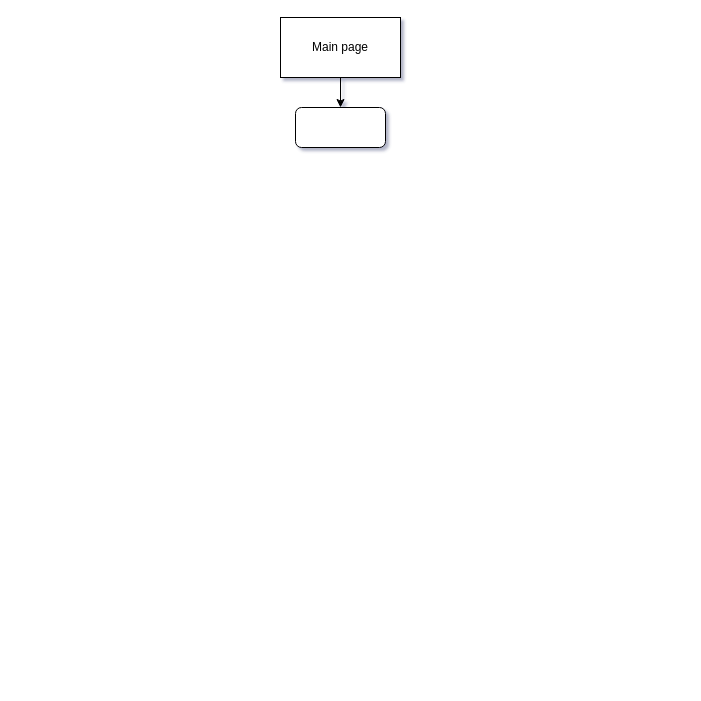
The draw.io diagram MusiclickerWebsite-UX.drawio in LucaVaccari/Musiclicker-website, before the edit. Source tidied: cells renumbered, new cells numbered last; positions are measured from the earlier drawing's top-left corner, leaving out a move shared by most shapes. Both pictures are drawn from the tidied source at 100%, with x=0, y=0 at pixel (280, 17).
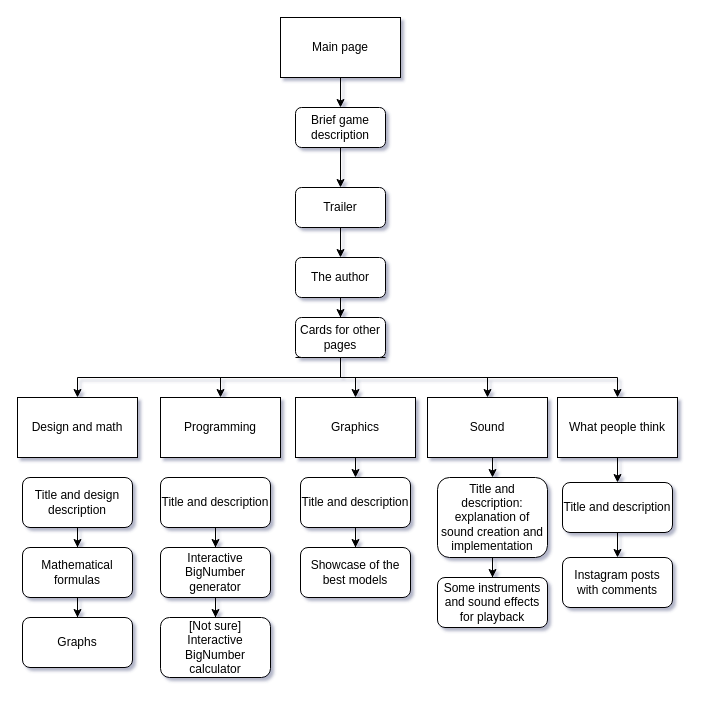
After the change.

The edit, as a diff of the source:
```diff
@@
+    <mxCell id="5" style="edgeStyle=orthogonalEdgeStyle;rounded=0;jettySize=auto;html=1;exitX=0.5;exitY=1;exitDx=0;exitDy=0;entryX=0.5;entryY=0;entryDx=0;entryDy=0;" parent="1" edge="1" source="4" target="23">
+      <mxGeometry relative="1" as="geometry" />
+    </mxCell>
-    <mxCell id="4" style="rounded=1;whiteSpace=wrap;html=1;" parent="1" vertex="1">
+    <mxCell id="4" value="Brief game description" style="rounded=1;whiteSpace=wrap;html=1;" parent="1" vertex="1">
       <mxGeometry x="15" y="90" width="90" height="40" as="geometry" />
     </mxCell>
+    <mxCell id="6" style="edgeStyle=orthogonalEdgeStyle;rounded=0;jettySize=auto;html=1;" parent="1" edge="1" source="7" target="13">
+      <mxGeometry relative="1" as="geometry" />
+    </mxCell>
+    <mxCell id="7" value="The author" style="rounded=1;whiteSpace=wrap;html=1;" parent="1" vertex="1">
+      <mxGeometry x="15" y="240" width="90" height="40" as="geometry" />
+    </mxCell>
+    <mxCell id="8" style="edgeStyle=orthogonalEdgeStyle;rounded=0;jettySize=auto;html=1;exitX=0;exitY=1;exitDx=0;exitDy=0;entryX=0.5;entryY=0;entryDx=0;entryDy=0;" parent="1" edge="1" source="13" target="14">
+      <mxGeometry relative="1" as="geometry">
+        <Array as="points">
+          <mxPoint x="60" y="340" />
+          <mxPoint x="60" y="360" />
+          <mxPoint x="-203" y="360" />
+        </Array>
+      </mxGeometry>
+    </mxCell>
+    <mxCell id="9" style="edgeStyle=orthogonalEdgeStyle;rounded=0;jettySize=auto;html=1;exitX=0.25;exitY=1;exitDx=0;exitDy=0;entryX=0.5;entryY=0;entryDx=0;entryDy=0;" parent="1" edge="1" source="13" target="15">
+      <mxGeometry relative="1" as="geometry">
+        <Array as="points">
+          <mxPoint x="60" y="340" />
+          <mxPoint x="60" y="360" />
+          <mxPoint x="-60" y="360" />
+        </Array>
+      </mxGeometry>
+    </mxCell>
+    <mxCell id="10" style="edgeStyle=orthogonalEdgeStyle;rounded=0;jettySize=auto;html=1;exitX=0.5;exitY=1;exitDx=0;exitDy=0;entryX=0.5;entryY=0;entryDx=0;entryDy=0;" parent="1" edge="1" source="13" target="17">
+      <mxGeometry relative="1" as="geometry" />
+    </mxCell>
+    <mxCell id="11" style="edgeStyle=orthogonalEdgeStyle;rounded=0;jettySize=auto;html=1;exitX=0.75;exitY=1;exitDx=0;exitDy=0;entryX=0.5;entryY=0;entryDx=0;entryDy=0;" parent="1" edge="1" source="13" target="19">
+      <mxGeometry relative="1" as="geometry">
+        <Array as="points">
+          <mxPoint x="60" y="340" />
+          <mxPoint x="60" y="360" />
+          <mxPoint x="207" y="360" />
+        </Array>
+      </mxGeometry>
+    </mxCell>
+    <mxCell id="12" style="edgeStyle=orthogonalEdgeStyle;rounded=0;jettySize=auto;html=1;exitX=1;exitY=1;exitDx=0;exitDy=0;entryX=0.5;entryY=0;entryDx=0;entryDy=0;" parent="1" edge="1" source="13" target="21">
+      <mxGeometry relative="1" as="geometry">
+        <Array as="points">
+          <mxPoint x="60" y="340" />
+          <mxPoint x="60" y="360" />
+          <mxPoint x="337" y="360" />
+        </Array>
+      </mxGeometry>
+    </mxCell>
+    <mxCell id="13" value="Cards for other pages" style="rounded=1;whiteSpace=wrap;html=1;" parent="1" vertex="1">
+      <mxGeometry x="15" y="300" width="90" height="40" as="geometry" />
+    </mxCell>
+    <mxCell id="14" value="Design and math" style="rounded=0;whiteSpace=wrap;html=1;" parent="1" vertex="1">
+      <mxGeometry x="-263" y="380" width="120" height="60" as="geometry" />
+    </mxCell>
+    <mxCell id="15" value="Programming" style="rounded=0;whiteSpace=wrap;html=1;" parent="1" vertex="1">
+      <mxGeometry x="-120" y="380" width="120" height="60" as="geometry" />
+    </mxCell>
+    <mxCell id="16" style="edgeStyle=orthogonalEdgeStyle;rounded=0;jettySize=auto;html=1;exitX=0.5;exitY=1;exitDx=0;exitDy=0;entryX=0.5;entryY=0;entryDx=0;entryDy=0;" parent="1" edge="1" source="17" target="35">
+      <mxGeometry relative="1" as="geometry" />
+    </mxCell>
+    <mxCell id="17" value="Graphics" style="rounded=0;whiteSpace=wrap;html=1;" parent="1" vertex="1">
+      <mxGeometry x="15" y="380" width="120" height="60" as="geometry" />
+    </mxCell>
+    <mxCell id="18" style="edgeStyle=orthogonalEdgeStyle;rounded=0;jettySize=auto;html=1;exitX=0.5;exitY=1;exitDx=0;exitDy=0;entryX=0.5;entryY=0;entryDx=0;entryDy=0;" parent="1" edge="1" source="19" target="38">
+      <mxGeometry relative="1" as="geometry" />
+    </mxCell>
+    <mxCell id="19" value="Sound" style="rounded=0;whiteSpace=wrap;html=1;" parent="1" vertex="1">
+      <mxGeometry x="147" y="380" width="120" height="60" as="geometry" />
+    </mxCell>
+    <mxCell id="20" style="edgeStyle=orthogonalEdgeStyle;rounded=0;jettySize=auto;html=1;exitX=0.5;exitY=1;exitDx=0;exitDy=0;entryX=0.5;entryY=0;entryDx=0;entryDy=0;" parent="1" edge="1" source="21" target="41">
+      <mxGeometry relative="1" as="geometry" />
+    </mxCell>
+    <mxCell id="21" value="What people think" style="rounded=0;whiteSpace=wrap;html=1;" parent="1" vertex="1">
+      <mxGeometry x="277" y="380" width="120" height="60" as="geometry" />
+    </mxCell>
+    <mxCell id="22" style="edgeStyle=orthogonalEdgeStyle;rounded=0;jettySize=auto;html=1;exitX=0.5;exitY=1;exitDx=0;exitDy=0;" parent="1" edge="1" source="23" target="7">
+      <mxGeometry relative="1" as="geometry" />
+    </mxCell>
+    <mxCell id="23" value="Trailer" style="rounded=1;whiteSpace=wrap;html=1;" parent="1" vertex="1">
+      <mxGeometry x="15" y="170" width="90" height="40" as="geometry" />
+    </mxCell>
+    <mxCell id="24" style="edgeStyle=orthogonalEdgeStyle;rounded=0;jettySize=auto;html=1;" parent="1" edge="1" source="25" target="27">
+      <mxGeometry relative="1" as="geometry" />
+    </mxCell>
+    <mxCell id="25" value="Title and design description" style="rounded=1;whiteSpace=wrap;html=1;" parent="1" vertex="1">
+      <mxGeometry x="-258" y="460" width="110" height="50" as="geometry" />
+    </mxCell>
+    <mxCell id="26" style="edgeStyle=orthogonalEdgeStyle;rounded=0;jettySize=auto;html=1;" parent="1" edge="1" source="27" target="28">
+      <mxGeometry relative="1" as="geometry" />
+    </mxCell>
+    <mxCell id="27" value="Mathematical formulas" style="rounded=1;whiteSpace=wrap;html=1;" parent="1" vertex="1">
+      <mxGeometry x="-258" y="530" width="110" height="50" as="geometry" />
+    </mxCell>
+    <mxCell id="28" value="Graphs" style="rounded=1;whiteSpace=wrap;html=1;" parent="1" vertex="1">
+      <mxGeometry x="-258" y="600" width="110" height="50" as="geometry" />
+    </mxCell>
+    <mxCell id="29" style="edgeStyle=orthogonalEdgeStyle;rounded=0;jettySize=auto;html=1;" parent="1" edge="1" source="30" target="32">
+      <mxGeometry relative="1" as="geometry" />
+    </mxCell>
+    <mxCell id="30" value="Title and description" style="rounded=1;whiteSpace=wrap;html=1;" parent="1" vertex="1">
+      <mxGeometry x="-120" y="460" width="110" height="50" as="geometry" />
+    </mxCell>
+    <mxCell id="31" style="edgeStyle=orthogonalEdgeStyle;rounded=0;jettySize=auto;html=1;" parent="1" edge="1" source="32" target="33">
+      <mxGeometry relative="1" as="geometry" />
+    </mxCell>
+    <mxCell id="32" value="Interactive BigNumber generator" style="rounded=1;whiteSpace=wrap;html=1;" parent="1" vertex="1">
+      <mxGeometry x="-120" y="530" width="110" height="50" as="geometry" />
+    </mxCell>
+    <mxCell id="33" value="[Not sure] Interactive BigNumber calculator" style="rounded=1;whiteSpace=wrap;html=1;" parent="1" vertex="1">
+      <mxGeometry x="-120" y="600" width="110" height="60" as="geometry" />
+    </mxCell>
+    <mxCell id="34" style="edgeStyle=orthogonalEdgeStyle;rounded=0;jettySize=auto;html=1;" parent="1" edge="1" source="35" target="36">
+      <mxGeometry relative="1" as="geometry" />
+    </mxCell>
+    <mxCell id="35" value="Title and description" style="rounded=1;whiteSpace=wrap;html=1;" parent="1" vertex="1">
+      <mxGeometry x="20" y="460" width="110" height="50" as="geometry" />
+    </mxCell>
+    <mxCell id="36" value="Showcase of the best models" style="rounded=1;whiteSpace=wrap;html=1;" parent="1" vertex="1">
+      <mxGeometry x="20" y="530" width="110" height="50" as="geometry" />
+    </mxCell>
+    <mxCell id="37" style="edgeStyle=orthogonalEdgeStyle;rounded=0;jettySize=auto;html=1;" parent="1" edge="1" source="38" target="39">
+      <mxGeometry relative="1" as="geometry" />
+    </mxCell>
+    <mxCell id="38" value="Title and description: explanation of sound creation and implementation" style="rounded=1;whiteSpace=wrap;html=1;" parent="1" vertex="1">
+      <mxGeometry x="157" y="460" width="110" height="80" as="geometry" />
+    </mxCell>
+    <mxCell id="39" value="Some instruments and sound effects for playback" style="rounded=1;whiteSpace=wrap;html=1;" parent="1" vertex="1">
+      <mxGeometry x="157" y="560" width="110" height="50" as="geometry" />
+    </mxCell>
+    <mxCell id="40" style="edgeStyle=orthogonalEdgeStyle;rounded=0;jettySize=auto;html=1;" parent="1" edge="1" source="41" target="42">
+      <mxGeometry relative="1" as="geometry" />
+    </mxCell>
+    <mxCell id="41" value="Title and description" style="rounded=1;whiteSpace=wrap;html=1;" parent="1" vertex="1">
+      <mxGeometry x="282" y="465" width="110" height="50" as="geometry" />
+    </mxCell>
+    <mxCell id="42" value="Instagram posts with comments" style="rounded=1;whiteSpace=wrap;html=1;" parent="1" vertex="1">
+      <mxGeometry x="282" y="540" width="110" height="50" as="geometry" />
+    </mxCell>
```
